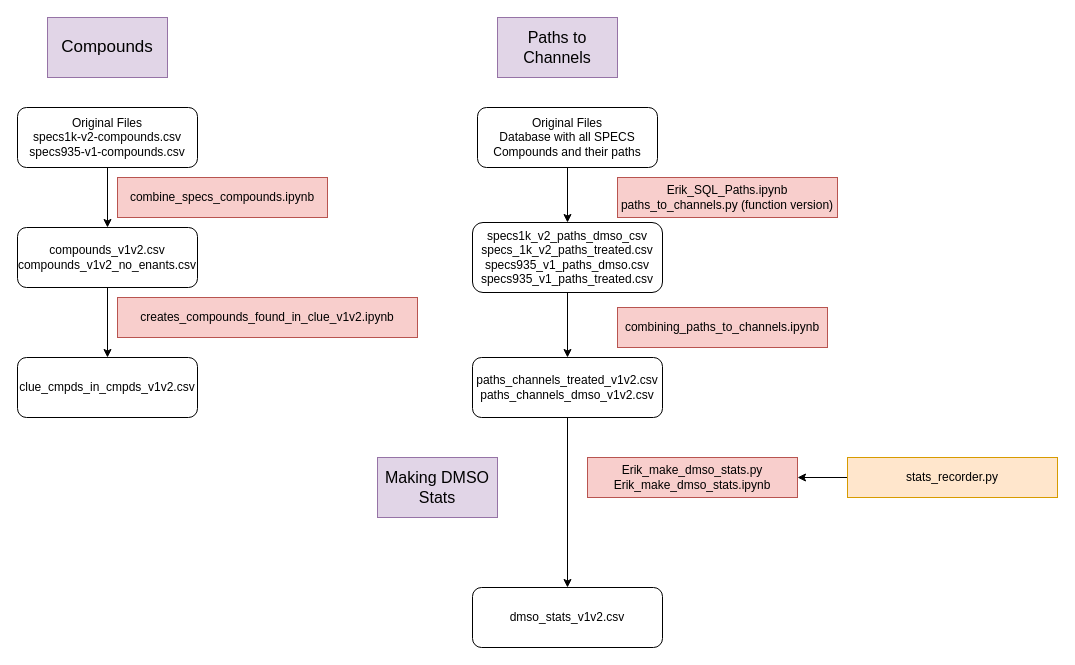
sverige16/Tomic-Chem-CP-Prot-MoA keeps this draw.io diagram as data_for_models/Data_for_Models.drawio. Above is the earlier version. Source tidied: cells renumbered, new cells numbered last; positions are measured from the earlier drawing's top-left corner, leaving out a move shared by most shapes. Both pictures are drawn from the tidied source at 100%, with x=0, y=0 at pixel (17, 17).
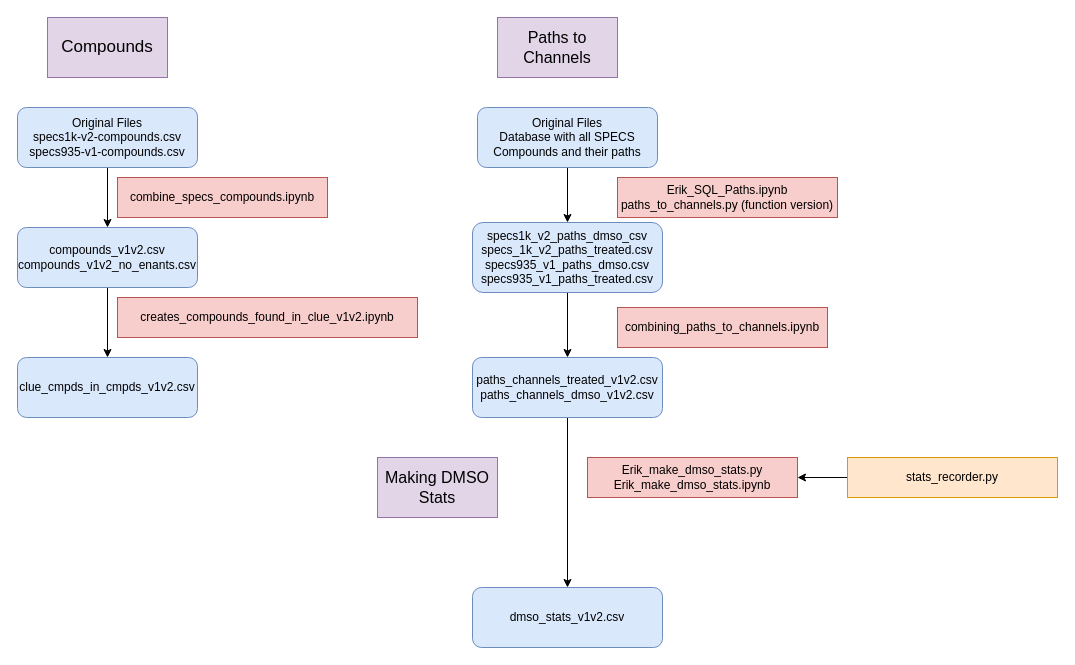
Above is the later version.

Diff of the diagram source:
```diff
@@
-    <mxCell id="5" value="&lt;div&gt;Original Files&lt;/div&gt;&lt;div&gt;specs1k-v2-compounds.csv&lt;/div&gt;specs935-v1-compounds.csv" style="rounded=1;whiteSpace=wrap;html=1;" parent="1" vertex="1">
+    <mxCell id="5" value="&lt;div&gt;Original Files&lt;/div&gt;&lt;div&gt;specs1k-v2-compounds.csv&lt;/div&gt;specs935-v1-compounds.csv" style="rounded=1;whiteSpace=wrap;html=1;fillColor=#dae8fc;strokeColor=#6c8ebf;" parent="1" vertex="1">
       <mxGeometry y="90" width="180" height="60" as="geometry" />
     </mxCell>
@@
-    <mxCell id="7" value="&lt;div&gt;compounds_v1v2.csv&lt;/div&gt;&lt;div&gt;compounds_v1v2_no_enants.csv&lt;br&gt;&lt;/div&gt;" style="rounded=1;whiteSpace=wrap;html=1;" parent="1" vertex="1">
+    <mxCell id="7" value="&lt;div&gt;compounds_v1v2.csv&lt;/div&gt;&lt;div&gt;compounds_v1v2_no_enants.csv&lt;br&gt;&lt;/div&gt;" style="rounded=1;whiteSpace=wrap;html=1;fillColor=#dae8fc;strokeColor=#6c8ebf;" parent="1" vertex="1">
       <mxGeometry y="210" width="180" height="60" as="geometry" />
     </mxCell>
-    <mxCell id="8" value="clue_cmpds_in_cmpds_v1v2.csv" style="rounded=1;whiteSpace=wrap;html=1;" parent="1" vertex="1">
+    <mxCell id="8" value="clue_cmpds_in_cmpds_v1v2.csv" style="rounded=1;whiteSpace=wrap;html=1;fillColor=#dae8fc;strokeColor=#6c8ebf;" parent="1" vertex="1">
       <mxGeometry y="340" width="180" height="60" as="geometry" />
     </mxCell>
@@
-    <mxCell id="13" value="&lt;div&gt;Original Files&lt;/div&gt;&lt;div&gt;Database with all SPECS Compounds and their paths&lt;br&gt;&lt;/div&gt;" style="rounded=1;whiteSpace=wrap;html=1;" parent="1" vertex="1">
+    <mxCell id="13" value="&lt;div&gt;Original Files&lt;/div&gt;&lt;div&gt;Database with all SPECS Compounds and their paths&lt;br&gt;&lt;/div&gt;" style="rounded=1;whiteSpace=wrap;html=1;fillColor=#dae8fc;strokeColor=#6c8ebf;" parent="1" vertex="1">
       <mxGeometry x="460" y="90" width="180" height="60" as="geometry" />
     </mxCell>
@@
-    <mxCell id="15" value="&lt;div&gt;specs1k_v2_paths_dmso_csv&lt;/div&gt;&lt;div&gt;specs_1k_v2_paths_treated.csv&lt;/div&gt;&lt;div&gt;specs935_v1_paths_dmso.csv&lt;/div&gt;&lt;div&gt;specs935_v1_paths_treated.csv&lt;br&gt;&lt;/div&gt;" style="rounded=1;whiteSpace=wrap;html=1;" parent="1" vertex="1">
+    <mxCell id="15" value="&lt;div&gt;specs1k_v2_paths_dmso_csv&lt;/div&gt;&lt;div&gt;specs_1k_v2_paths_treated.csv&lt;/div&gt;&lt;div&gt;specs935_v1_paths_dmso.csv&lt;/div&gt;&lt;div&gt;specs935_v1_paths_treated.csv&lt;br&gt;&lt;/div&gt;" style="rounded=1;whiteSpace=wrap;html=1;fillColor=#dae8fc;strokeColor=#6c8ebf;" parent="1" vertex="1">
       <mxGeometry x="455" y="205" width="190" height="70" as="geometry" />
     </mxCell>
@@
-    <mxCell id="17" value="&lt;div&gt;paths_channels_treated_v1v2.csv&lt;/div&gt;&lt;div&gt;paths_channels_dmso_v1v2.csv&lt;br&gt;&lt;/div&gt;" style="rounded=1;whiteSpace=wrap;html=1;" parent="1" vertex="1">
+    <mxCell id="17" value="&lt;div&gt;paths_channels_treated_v1v2.csv&lt;/div&gt;&lt;div&gt;paths_channels_dmso_v1v2.csv&lt;br&gt;&lt;/div&gt;" style="rounded=1;whiteSpace=wrap;html=1;fillColor=#dae8fc;strokeColor=#6c8ebf;" parent="1" vertex="1">
       <mxGeometry x="455" y="340" width="190" height="60" as="geometry" />
     </mxCell>
@@
-    <mxCell id="23" value="&lt;div&gt;dmso_stats_v1v2.csv&lt;/div&gt;" style="rounded=1;whiteSpace=wrap;html=1;" parent="1" vertex="1">
+    <mxCell id="23" value="&lt;div&gt;dmso_stats_v1v2.csv&lt;/div&gt;" style="rounded=1;whiteSpace=wrap;html=1;fillColor=#dae8fc;strokeColor=#6c8ebf;" parent="1" vertex="1">
       <mxGeometry x="455" y="570" width="190" height="60" as="geometry" />
     </mxCell>
```
